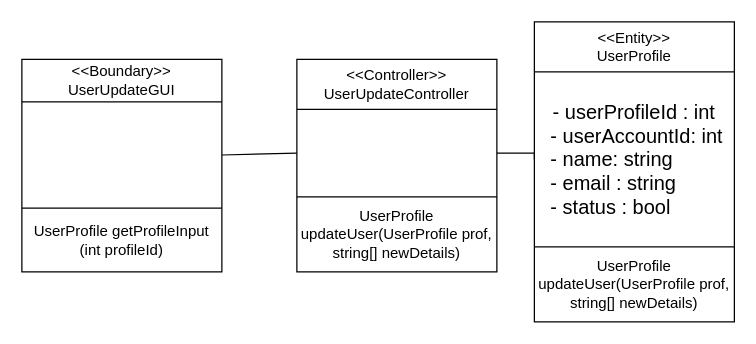
allanchia1-stack/brain-boost keeps this draw.io diagram as page "User Admin Update Profile B-C-E Diagram" (2 of 35) of Diagrams/CSIT 314 Brain Boost Diagrams.drawio. Above is the earlier version. Source tidied: cells renumbered, new cells numbered last; positions are measured from the earlier drawing's top-left corner, leaving out a move shared by most shapes. Both pictures are drawn from the tidied source at 125%, with x=0, y=0 at pixel (21, 21).
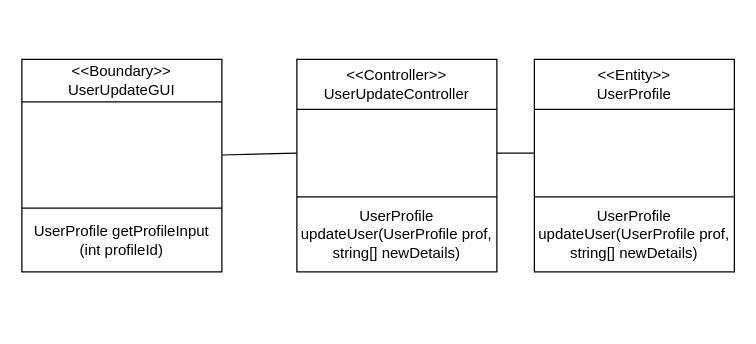
The same page after the edit.

Diff of the diagram source:
```diff
@@
     <mxCell id="16" style="shape=table;startSize=0;childLayout=tableLayout;fixedHeader=1;" parent="1" vertex="1">
-      <mxGeometry x="410" width="160" height="240" as="geometry" />
+      <mxGeometry x="410" y="30" width="160" height="170" as="geometry" />
     </mxCell>
@@
     <mxCell id="19" style="shape=tableRow;horizontal=0;startSize=0;swimlaneHead=0;swimlaneBody=0;strokeColor=inherit;top=0;left=0;bottom=0;right=0;fillColor=none;points=[[0,0.5],[1,0.5]];portConstraint=eastwest;fixedHeader=1;" parent="16" vertex="1">
-      <mxGeometry y="40" width="160" height="140" as="geometry" />
+      <mxGeometry y="40" width="160" height="70" as="geometry" />
     </mxCell>
-    <mxCell id="20" value="&lt;span style=&quot;font-size: 16px; text-align: left;&quot;&gt;- userProfileId : int&lt;/span&gt;&lt;div style=&quot;font-size: 16px; text-align: left;&quot;&gt;&amp;nbsp;- userAccountId: int&lt;/div&gt;&lt;div style=&quot;font-size: 16px; text-align: left;&quot;&gt;&amp;nbsp;- name: string&lt;/div&gt;&lt;div style=&quot;font-size: 16px; text-align: left;&quot;&gt;&amp;nbsp;- email : string&lt;/div&gt;&lt;div style=&quot;font-size: 16px; text-align: left;&quot;&gt;&amp;nbsp;- status : bool&lt;/div&gt;" style="shape=partialRectangle;html=1;whiteSpace=wrap;strokeColor=inherit;overflow=hidden;fillColor=none;top=0;left=0;bottom=0;right=0;" parent="19" vertex="1">
-      <mxGeometry width="160" height="140" as="geometry" />
+    <mxCell id="20" style="shape=partialRectangle;html=1;whiteSpace=wrap;strokeColor=inherit;overflow=hidden;fillColor=none;top=0;left=0;bottom=0;right=0;" parent="19" vertex="1">
+      <mxGeometry width="160" height="70" as="geometry" />
     </mxCell>
     <mxCell id="21" style="shape=tableRow;horizontal=0;startSize=0;swimlaneHead=0;swimlaneBody=0;strokeColor=inherit;top=0;left=0;bottom=0;right=0;fillColor=none;fixedHeader=1;" parent="16" vertex="1">
-      <mxGeometry y="180" width="160" height="60" as="geometry" />
+      <mxGeometry y="110" width="160" height="60" as="geometry" />
     </mxCell>
```
